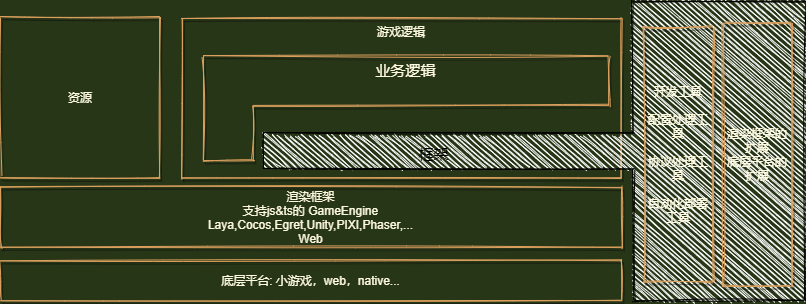
Before: designs/GameApplication.png, a diagram exported from draw.io (AILHC/EasyGameFrameworkOpen). Source tidied: cells renumbered, new cells last; positions are measured from the earlier drawing's top-left corner, leaving out a move shared by most shapes.
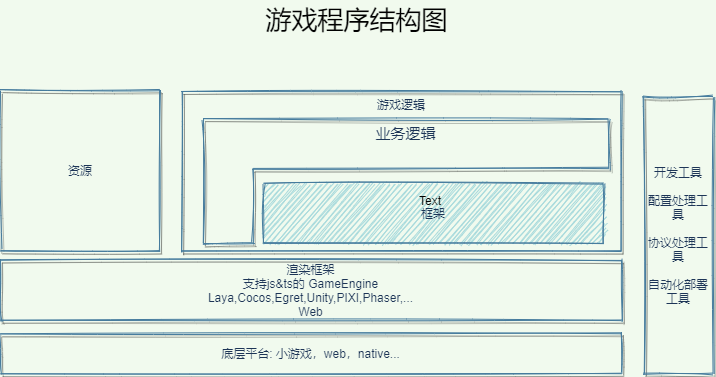
The same file after the commit.

Diff of the diagram source:
```diff
@@ -1,33 +1,33 @@
-<mxGraphModel background="#283618">
+<mxGraphModel background="#F1FAEE">
   <root>
     <mxCell id="0" />
     <mxCell id="1" parent="0" />
-    <mxCell id="2" value="渲染框架&lt;br&gt;支持js&amp;amp;ts的 GameEngine&lt;br&gt;Laya,Cocos,Egret,Unity,PIXI,Phaser,...&lt;br&gt;Web" style="whiteSpace=wrap;html=1;shadow=1;fillStyle=hachure;fillColor=none;strokeColor=#DDA15E;fontColor=#FEFAE0;sketch=1;" parent="1" vertex="1">
+    <mxCell id="2" value="渲染框架&lt;br&gt;支持js&amp;amp;ts的 GameEngine&lt;br&gt;Laya,Cocos,Egret,Unity,PIXI,Phaser,...&lt;br&gt;Web" style="whiteSpace=wrap;html=1;shadow=1;fillStyle=hachure;fillColor=none;strokeColor=#457B9D;fontColor=#1D3557;sketch=1;" parent="1" vertex="1">
       <mxGeometry y="187" width="621" height="60" as="geometry" />
     </mxCell>
-    <mxCell id="3" value="底层平台:&amp;nbsp;小游戏，web，native..." style="whiteSpace=wrap;html=1;shadow=1;fillStyle=hachure;fillColor=none;strokeColor=#DDA15E;fontColor=#FEFAE0;sketch=1;" parent="1" vertex="1">
+    <mxCell id="3" value="底层平台:&amp;nbsp;小游戏，web，native..." style="whiteSpace=wrap;html=1;shadow=1;fillStyle=hachure;fillColor=none;strokeColor=#457B9D;fontColor=#1D3557;sketch=1;" parent="1" vertex="1">
       <mxGeometry y="260" width="621" height="40" as="geometry" />
     </mxCell>
-    <mxCell id="4" value="游戏逻辑" style="whiteSpace=wrap;html=1;verticalAlign=top;shadow=1;fillStyle=hachure;fillColor=none;strokeColor=#DDA15E;fontColor=#FEFAE0;sketch=1;" parent="1" vertex="1">
+    <mxCell id="4" value="游戏逻辑" style="whiteSpace=wrap;html=1;verticalAlign=top;shadow=1;fillStyle=hachure;fillColor=none;strokeColor=#457B9D;fontColor=#1D3557;sketch=1;" parent="1" vertex="1">
       <mxGeometry x="181" y="18" width="440" height="160" as="geometry" />
     </mxCell>
-    <mxCell id="5" value="资源" style="whiteSpace=wrap;html=1;labelBorderColor=none;shadow=1;glass=0;fillStyle=auto;fillColor=none;strokeColor=#DDA15E;fontColor=#FEFAE0;sketch=1;" parent="1" vertex="1">
+    <mxCell id="5" value="资源" style="whiteSpace=wrap;html=1;labelBorderColor=none;shadow=1;glass=0;fillStyle=auto;fillColor=none;strokeColor=#457B9D;fontColor=#1D3557;sketch=1;" parent="1" vertex="1">
       <mxGeometry y="17" width="160" height="160" as="geometry" />
     </mxCell>
-    <mxCell id="6" value="&lt;div style=&quot;font-size: 15px;&quot;&gt;业务逻辑&lt;/div&gt;&lt;div style=&quot;font-size: 15px;&quot;&gt;&lt;br style=&quot;font-size: 15px;&quot;&gt;&lt;/div&gt;&lt;div style=&quot;font-size: 15px;&quot;&gt;&lt;br style=&quot;font-size: 15px;&quot;&gt;&lt;/div&gt;&lt;div style=&quot;font-size: 15px;&quot;&gt;&lt;br style=&quot;font-size: 15px;&quot;&gt;&lt;/div&gt;&lt;div style=&quot;font-size: 15px;&quot;&gt;&lt;br style=&quot;font-size: 15px;&quot;&gt;&lt;/div&gt;&lt;div style=&quot;font-size: 15px;&quot;&gt;&lt;br style=&quot;font-size: 15px;&quot;&gt;&lt;/div&gt;" style="shape=corner;whiteSpace=wrap;html=1;rotation=0;dx=50;dy=50;align=center;verticalAlign=top;horizontal=1;shadow=1;fillStyle=auto;fillColor=none;strokeColor=#DDA15E;fontColor=#FEFAE0;sketch=1;direction=south;flipH=1;labelPosition=center;verticalLabelPosition=middle;fontSize=15;textDirection=ltr;flipV=0;" parent="1" vertex="1">
-      <mxGeometry x="203" y="55" width="405" height="105" as="geometry" />
+    <mxCell id="6" value="&lt;div style=&quot;font-size: 15px;&quot;&gt;业务逻辑&lt;/div&gt;&lt;div style=&quot;font-size: 15px;&quot;&gt;&lt;br style=&quot;font-size: 15px;&quot;&gt;&lt;/div&gt;&lt;div style=&quot;font-size: 15px;&quot;&gt;&lt;br style=&quot;font-size: 15px;&quot;&gt;&lt;/div&gt;&lt;div style=&quot;font-size: 15px;&quot;&gt;&lt;br style=&quot;font-size: 15px;&quot;&gt;&lt;/div&gt;&lt;div style=&quot;font-size: 15px;&quot;&gt;&lt;br style=&quot;font-size: 15px;&quot;&gt;&lt;/div&gt;&lt;div style=&quot;font-size: 15px;&quot;&gt;&lt;br style=&quot;font-size: 15px;&quot;&gt;&lt;/div&gt;" style="shape=corner;whiteSpace=wrap;html=1;rotation=0;dx=50;dy=50;align=center;verticalAlign=top;horizontal=1;shadow=1;fillStyle=auto;fillColor=none;strokeColor=#457B9D;fontColor=#1D3557;sketch=1;direction=south;flipH=1;labelPosition=center;verticalLabelPosition=middle;fontSize=15;textDirection=ltr;flipV=0;" parent="1" vertex="1">
+      <mxGeometry x="203" y="45" width="405" height="125" as="geometry" />
     </mxCell>
-    <mxCell id="7" style="shape=tee;whiteSpace=wrap;html=1;sketch=1;direction=south;dx=36;dy=172;fillStyle=hachure;shadow=0;" parent="1" vertex="1">
-      <mxGeometry x="263" width="542" height="300" as="geometry" />
-    </mxCell>
+    <mxCell id="10" value="开发工具&lt;br&gt;&lt;br&gt;配置处理工具&lt;br&gt;&lt;br&gt;协议处理工具&lt;br&gt;&lt;br&gt;自动化部署工具" style="whiteSpace=wrap;html=1;shadow=1;fillStyle=hachure;fillColor=none;strokeColor=#457B9D;fontColor=#1D3557;sketch=1;" parent="1" vertex="1">
+      <mxGeometry x="643" y="23.5" width="70" height="276.5" as="geometry" />
+    </mxCell>
-    <mxCell id="8" value="框架" style="text;html=1;align=center;verticalAlign=middle;fillColor=none;strokeColor=none;rounded=0;shadow=0;sketch=1;fontSize=15;" parent="1" vertex="1">
-      <mxGeometry x="408" y="144" width="50" height="20" as="geometry" />
+    <mxCell id="8" value="框架" style="rounded=0;whiteSpace=wrap;html=1;sketch=1;fillColor=#A8DADC;strokeColor=#457B9D;fontColor=#1D3557;" parent="1" vertex="1">
+      <mxGeometry x="263" y="110" width="340" height="60" as="geometry" />
     </mxCell>
-    <mxCell id="9" value="渲染框架的扩展&lt;br&gt;底层平台的扩展" style="whiteSpace=wrap;html=1;shadow=1;fillStyle=hachure;fillColor=none;strokeColor=#DDA15E;fontColor=#FEFAE0;sketch=1;" parent="1" vertex="1">
-      <mxGeometry x="723" y="22.5" width="68" height="263" as="geometry" />
-    </mxCell>
-    <mxCell id="10" value="开发工具&lt;br&gt;&lt;br&gt;配置处理工具&lt;br&gt;&lt;br&gt;协议处理工具&lt;br&gt;&lt;br&gt;自动化部署工具" style="whiteSpace=wrap;html=1;shadow=1;fillStyle=hachure;fillColor=none;strokeColor=#DDA15E;fontColor=#FEFAE0;sketch=1;" parent="1" vertex="1">
-      <mxGeometry x="643" y="27" width="70" height="254" as="geometry" />
-    </mxCell>
+    <mxCell id="11" value="Text" style="text;html=1;strokeColor=none;fillColor=none;align=center;verticalAlign=middle;whiteSpace=wrap;rounded=0;" parent="1" vertex="1">
+      <mxGeometry x="410" y="117" width="40" height="20" as="geometry" />
+    </mxCell>
+    <mxCell id="12" value="&lt;span style=&quot;font-size: 26px&quot;&gt;&lt;font color=&quot;#000000&quot;&gt;游戏程序结构图&lt;/font&gt;&lt;/span&gt;" style="text;html=1;strokeColor=none;fillColor=none;align=center;verticalAlign=middle;whiteSpace=wrap;rounded=0;" parent="1" vertex="1">
+      <mxGeometry x="240" y="-73" width="233" height="40" as="geometry" />
+    </mxCell>
   </root>
 </mxGraphModel>
```
